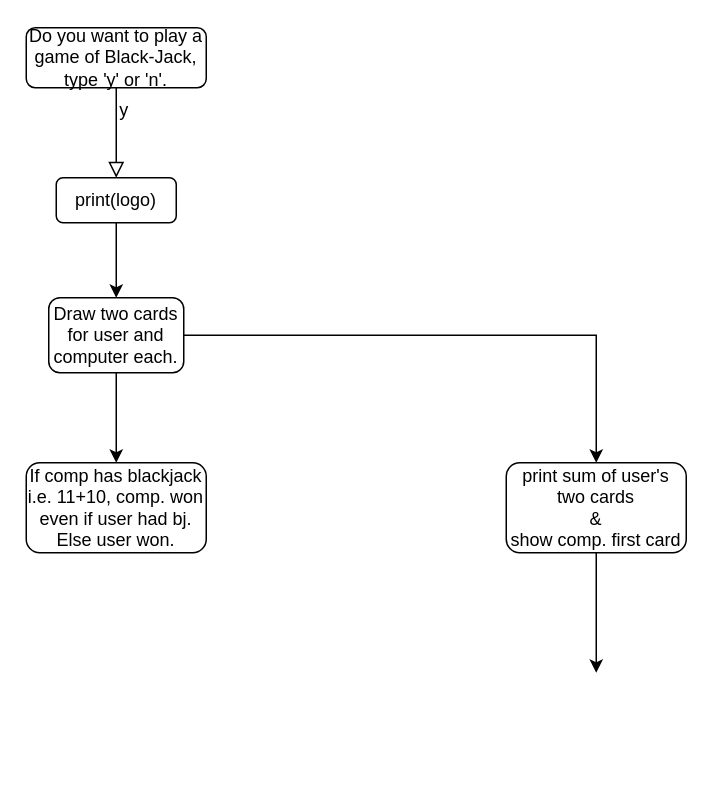
The draw.io diagram BlackJack Game.drawio in utkarsh-gt7/My-Python-Projects, before the edit. Source tidied: cells renumbered, new cells numbered last; positions are measured from the earlier drawing's top-left corner, leaving out a move shared by most shapes. Both pictures are drawn from the tidied source at 150%, with x=0, y=0 at pixel (26, 27).
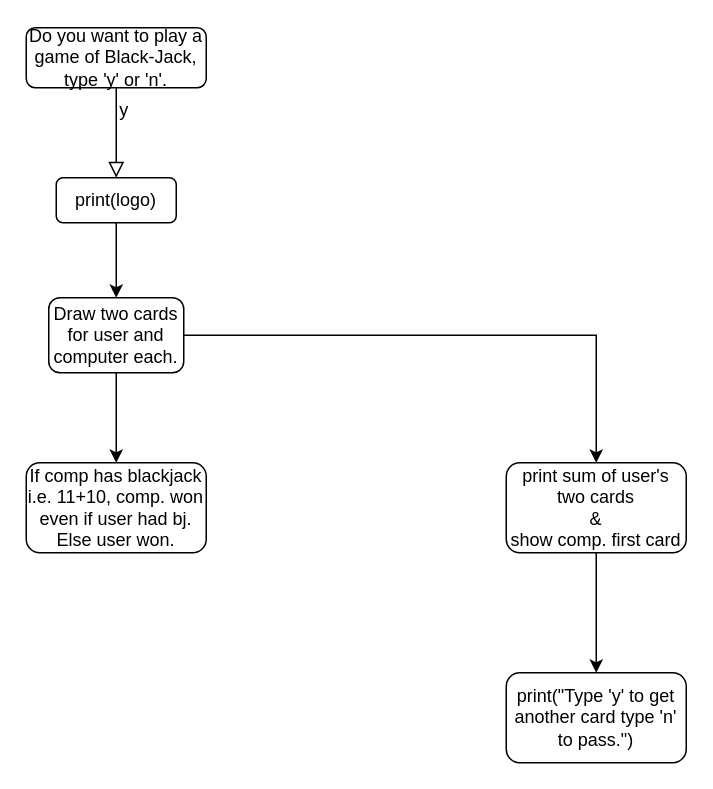
The same diagram, later.

What changed in the source:
```diff
@@
 <mxGraphModel>
   <root>
     <mxCell id="0" />
     <mxCell id="1" parent="0" />
     <mxCell id="2" style="rounded=0;html=1;jettySize=auto;fontSize=11;endArrow=block;endFill=0;endSize=8;strokeWidth=1;shadow=0;labelBackgroundColor=none;edgeStyle=orthogonalEdgeStyle;" parent="1" edge="1" source="3">
       <mxGeometry relative="1" as="geometry">
         <mxPoint x="60" y="100" as="targetPoint" />
         <Array as="points">
           <mxPoint x="60" y="90" />
         </Array>
       </mxGeometry>
     </mxCell>
     <mxCell id="3" value="Do you want to play a game of Black-Jack, type 'y' or 'n'." style="rounded=1;whiteSpace=wrap;html=1;fontSize=12;glass=0;strokeWidth=1;shadow=0;" parent="1" vertex="1">
       <mxGeometry width="120" height="40" as="geometry" />
     </mxCell>
     <mxCell id="4" value="y" style="text;html=1;align=center;verticalAlign=middle;strokeColor=none;fillColor=none;" parent="1" vertex="1">
       <mxGeometry x="50" y="40" width="30" height="30" as="geometry" />
     </mxCell>
     <mxCell id="5" style="edgeStyle=orthogonalEdgeStyle;rounded=0;jettySize=auto;html=1;" parent="1" edge="1" source="6" target="9">
       <mxGeometry relative="1" as="geometry" />
     </mxCell>
     <mxCell id="6" value="print(logo)" style="rounded=1;whiteSpace=wrap;html=1;" parent="1" vertex="1">
       <mxGeometry x="20" y="100" width="80" height="30" as="geometry" />
     </mxCell>
     <mxCell id="7" style="edgeStyle=orthogonalEdgeStyle;rounded=0;jettySize=auto;html=1;" parent="1" edge="1" source="9" target="11">
       <mxGeometry relative="1" as="geometry" />
     </mxCell>
     <mxCell id="8" style="edgeStyle=orthogonalEdgeStyle;rounded=0;jettySize=auto;html=1;" parent="1" edge="1" source="9" target="12">
       <mxGeometry relative="1" as="geometry" />
     </mxCell>
     <mxCell id="9" value="Draw two cards for user and computer each." style="rounded=1;whiteSpace=wrap;html=1;" parent="1" vertex="1">
       <mxGeometry x="15" y="180" width="90" height="50" as="geometry" />
     </mxCell>
-    <mxCell id="10" style="edgeStyle=orthogonalEdgeStyle;rounded=0;jettySize=auto;html=1;" parent="1" edge="1" source="11">
-      <mxGeometry relative="1" as="geometry">
-        <mxPoint x="380" y="430" as="targetPoint" />
-      </mxGeometry>
-    </mxCell>
+    <mxCell id="13" style="edgeStyle=orthogonalEdgeStyle;rounded=0;jettySize=auto;html=1;" parent="1" edge="1" source="11" target="14">
+      <mxGeometry relative="1" as="geometry" />
+    </mxCell>
     <mxCell id="11" value="print sum of user's two cards&lt;br&gt;&amp;amp;&lt;br&gt;show comp. first card" style="whiteSpace=wrap;html=1;rounded=1;" parent="1" vertex="1">
       <mxGeometry x="320" y="290" width="120" height="60" as="geometry" />
     </mxCell>
     <mxCell id="12" value="If comp has blackjack i.e. 11+10, comp. won even if user had bj.&lt;br&gt;Else user won." style="whiteSpace=wrap;html=1;rounded=1;" parent="1" vertex="1">
       <mxGeometry y="290" width="120" height="60" as="geometry" />
     </mxCell>
+    <mxCell id="14" value="print(&quot;Type 'y' to get another card type 'n' to pass.&quot;)" style="whiteSpace=wrap;html=1;rounded=1;" parent="1" vertex="1">
+      <mxGeometry x="320" y="430" width="120" height="60" as="geometry" />
+    </mxCell>
   </root>
 </mxGraphModel>
```
